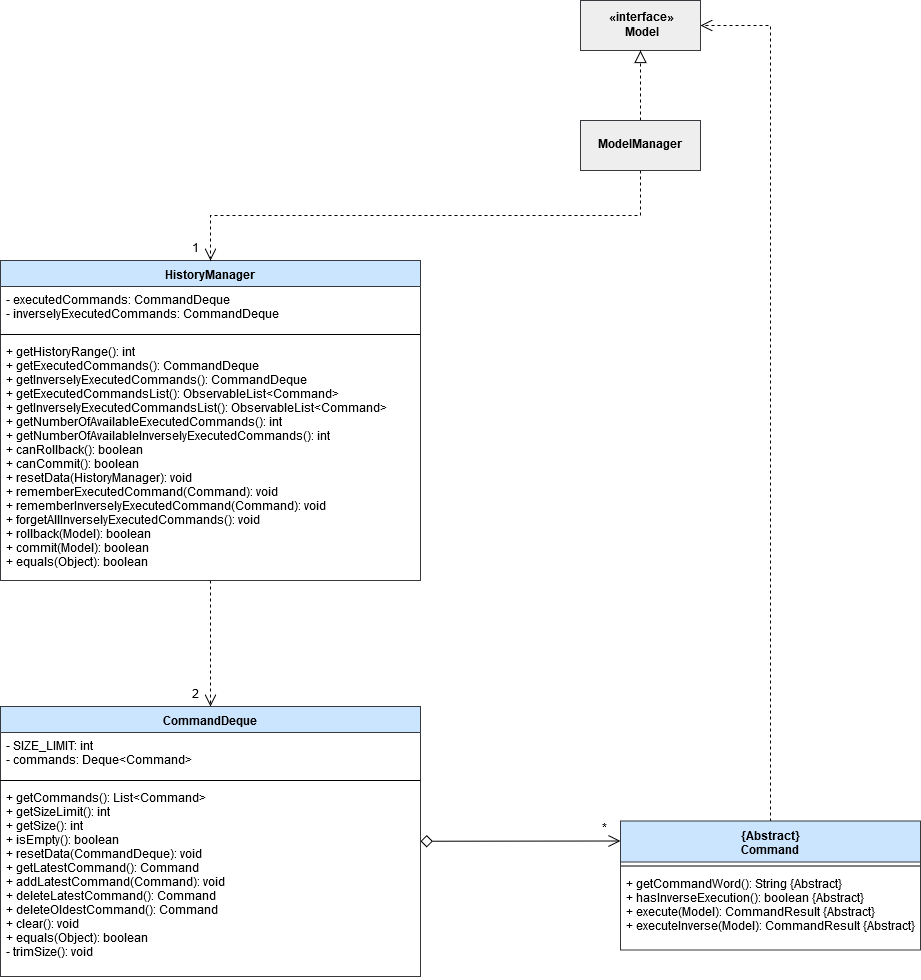
The draw.io diagram docs/images/HistoryManagerClassDiagram.png in nus-cs2103-AY1920S1/addressbook-level3, before a commit. Source tidied: cells renumbered, new cells last; positions are measured from the earlier drawing's top-left corner, leaving out a move shared by most shapes.
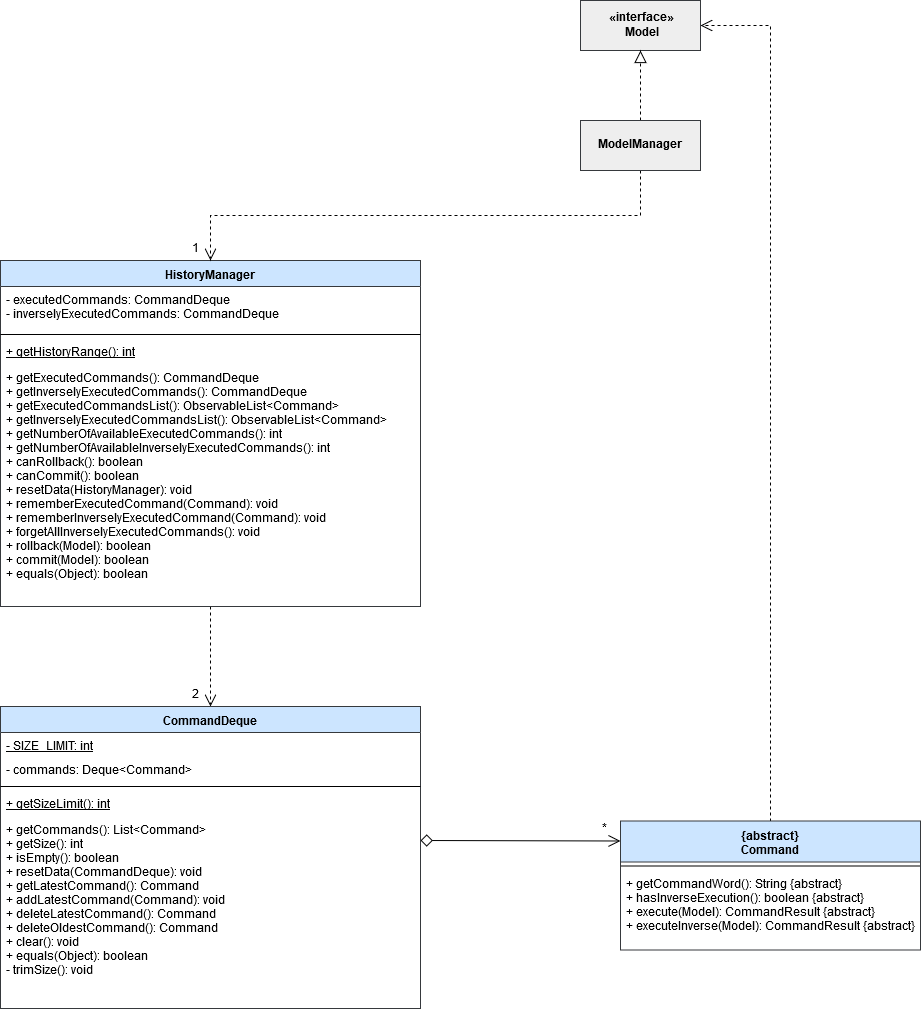
After the change.

Commit message:
Add class diagram for undo and redo command

Diff of the diagram source:
```diff
@@ -6,7 +6,7 @@
       <mxGeometry relative="1" as="geometry" />
     </mxCell>
     <mxCell id="3" value="HistoryManager" style="swimlane;fontStyle=1;align=center;verticalAlign=top;horizontal=1;startSize=26;fillColor=#cce5ff;strokeColor=#36393d;" parent="1" vertex="1">
-      <mxGeometry y="260" width="420" height="320" as="geometry" />
+      <mxGeometry y="260" width="420" height="346" as="geometry" />
     </mxCell>
     <mxCell id="4" value="- executedCommands: CommandDeque&#10;- inverselyExecutedCommands: CommandDeque&#10;" style="text;strokeColor=none;fillColor=none;align=left;verticalAlign=top;spacingLeft=4;spacingRight=4;overflow=hidden;" parent="3" vertex="1">
       <mxGeometry y="26" width="420" height="44" as="geometry" />
@@ -14,23 +14,34 @@
     <mxCell id="5" style="line;strokeWidth=1;fillColor=none;align=left;verticalAlign=middle;spacingTop=-1;spacingLeft=3;spacingRight=3;labelPosition=right;" parent="3" vertex="1">
       <mxGeometry y="70" width="420" height="8" as="geometry" />
     </mxCell>
+    <mxCell id="23" value="+ getHistoryRange(): int" style="text;strokeColor=none;fillColor=none;align=left;verticalAlign=top;spacingLeft=4;spacingRight=4;overflow=hidden;fontStyle=4;" parent="3" vertex="1">
+      <mxGeometry y="78" width="420" height="26" as="geometry" />
+    </mxCell>
-    <mxCell id="6" value="+ getHistoryRange(): int&#10;+ getExecutedCommands(): CommandDeque&#10;+ getInverselyExecutedCommands(): CommandDeque&#10;+ getExecutedCommandsList(): ObservableList&lt;Command&gt;&#10;+ getInverselyExecutedCommandsList(): ObservableList&lt;Command&gt;&#10;+ getNumberOfAvailableExecutedCommands(): int&#10;+ getNumberOfAvailableInverselyExecutedCommands(): int&#10;+ canRollback(): boolean&#10;+ canCommit(): boolean&#10;+ resetData(HistoryManager): void&#10;+ rememberExecutedCommand(Command): void&#10;+ rememberInverselyExecutedCommand(Command): void&#10;+ forgetAllInverselyExecutedCommands(): void&#10;+ rollback(Model): boolean&#10;+ commit(Model): boolean&#10;+ equals(Object): boolean&#10;" style="text;strokeColor=none;fillColor=none;align=left;verticalAlign=top;spacingLeft=4;spacingRight=4;overflow=hidden;" parent="3" vertex="1">
-      <mxGeometry y="78" width="420" height="242" as="geometry" />
+    <mxCell id="6" value="+ getExecutedCommands(): CommandDeque&#10;+ getInverselyExecutedCommands(): CommandDeque&#10;+ getExecutedCommandsList(): ObservableList&lt;Command&gt;&#10;+ getInverselyExecutedCommandsList(): ObservableList&lt;Command&gt;&#10;+ getNumberOfAvailableExecutedCommands(): int&#10;+ getNumberOfAvailableInverselyExecutedCommands(): int&#10;+ canRollback(): boolean&#10;+ canCommit(): boolean&#10;+ resetData(HistoryManager): void&#10;+ rememberExecutedCommand(Command): void&#10;+ rememberInverselyExecutedCommand(Command): void&#10;+ forgetAllInverselyExecutedCommands(): void&#10;+ rollback(Model): boolean&#10;+ commit(Model): boolean&#10;+ equals(Object): boolean&#10;" style="text;strokeColor=none;fillColor=none;align=left;verticalAlign=top;spacingLeft=4;spacingRight=4;overflow=hidden;" parent="3" vertex="1">
+      <mxGeometry y="104" width="420" height="242" as="geometry" />
     </mxCell>
-    <mxCell id="7" style="edgeStyle=none;rounded=0;jettySize=auto;html=1;startArrow=diamond;startFill=0;startSize=10;endArrow=open;endFill=0;endSize=10;entryX=0;entryY=0.155;entryDx=0;entryDy=0;entryPerimeter=0;" parent="1" edge="1" source="8" target="13">
-      <mxGeometry relative="1" as="geometry" />
+    <mxCell id="7" style="edgeStyle=none;rounded=0;jettySize=auto;html=1;startArrow=diamond;startFill=0;startSize=10;endArrow=open;endFill=0;endSize=10;entryX=0;entryY=0.155;entryDx=0;entryDy=0;entryPerimeter=0;" parent="1" edge="1" target="13">
+      <mxGeometry relative="1" as="geometry">
+        <mxPoint x="420" y="840" as="sourcePoint" />
+      </mxGeometry>
     </mxCell>
     <mxCell id="8" value="CommandDeque" style="swimlane;fontStyle=1;align=center;verticalAlign=top;horizontal=1;startSize=26;fillColor=#cce5ff;strokeColor=#36393d;" parent="1" vertex="1">
-      <mxGeometry y="706" width="420" height="270" as="geometry" />
+      <mxGeometry y="706" width="420" height="302" as="geometry" />
     </mxCell>
-    <mxCell id="9" value="- SIZE_LIMIT: int&#10;- commands: Deque&lt;Command&gt;&#10;" style="text;strokeColor=none;fillColor=none;align=left;verticalAlign=top;spacingLeft=4;spacingRight=4;overflow=hidden;" parent="8" vertex="1">
-      <mxGeometry y="26" width="420" height="44" as="geometry" />
+    <mxCell id="9" value="- SIZE_LIMIT: int" style="text;strokeColor=none;fillColor=none;align=left;verticalAlign=top;spacingLeft=4;spacingRight=4;overflow=hidden;fontStyle=4;" parent="8" vertex="1">
+      <mxGeometry y="26" width="420" height="24" as="geometry" />
     </mxCell>
+    <mxCell id="24" value="- commands: Deque&lt;Command&gt;" style="text;strokeColor=none;fillColor=none;align=left;verticalAlign=top;spacingLeft=4;spacingRight=4;overflow=hidden;" parent="8" vertex="1">
+      <mxGeometry y="50" width="420" height="26" as="geometry" />
+    </mxCell>
     <mxCell id="10" style="line;strokeWidth=1;fillColor=none;align=left;verticalAlign=middle;spacingTop=-1;spacingLeft=3;spacingRight=3;labelPosition=right;" parent="8" vertex="1">
-      <mxGeometry y="70" width="420" height="8" as="geometry" />
+      <mxGeometry y="76" width="420" height="8" as="geometry" />
     </mxCell>
+    <mxCell id="25" value="+ getSizeLimit(): int" style="text;strokeColor=none;fillColor=none;align=left;verticalAlign=top;spacingLeft=4;spacingRight=4;overflow=hidden;fontStyle=4;" parent="8" vertex="1">
+      <mxGeometry y="84" width="420" height="26" as="geometry" />
+    </mxCell>
-    <mxCell id="11" value="+ getCommands(): List&lt;Command&gt;&#10;+ getSizeLimit(): int&#10;+ getSize(): int&#10;+ isEmpty(): boolean&#10;+ resetData(CommandDeque): void&#10;+ getLatestCommand(): Command&#10;+ addLatestCommand(Command): void&#10;+ deleteLatestCommand(): Command&#10;+ deleteOldestCommand(): Command&#10;+ clear(): void&#10;+ equals(Object): boolean&#10;- trimSize(): void&#10;" style="text;strokeColor=none;fillColor=none;align=left;verticalAlign=top;spacingLeft=4;spacingRight=4;overflow=hidden;" parent="8" vertex="1">
-      <mxGeometry y="78" width="420" height="192" as="geometry" />
+    <mxCell id="11" value="+ getCommands(): List&lt;Command&gt;&#10;+ getSize(): int&#10;+ isEmpty(): boolean&#10;+ resetData(CommandDeque): void&#10;+ getLatestCommand(): Command&#10;+ addLatestCommand(Command): void&#10;+ deleteLatestCommand(): Command&#10;+ deleteOldestCommand(): Command&#10;+ clear(): void&#10;+ equals(Object): boolean&#10;- trimSize(): void&#10;" style="text;strokeColor=none;fillColor=none;align=left;verticalAlign=top;spacingLeft=4;spacingRight=4;overflow=hidden;" parent="8" vertex="1">
+      <mxGeometry y="110" width="420" height="192" as="geometry" />
     </mxCell>
     <mxCell id="12" style="edgeStyle=orthogonalEdgeStyle;rounded=0;jettySize=auto;html=1;startArrow=none;startFill=0;startSize=10;endArrow=open;endFill=0;endSize=10;dashed=1;entryX=1;entryY=0.5;entryDx=0;entryDy=0;exitX=0.5;exitY=0;exitDx=0;exitDy=0;" parent="1" edge="1" source="13" target="19">
       <mxGeometry relative="1" as="geometry">
@@ -39,13 +50,13 @@
         </Array>
       </mxGeometry>
     </mxCell>
-    <mxCell id="13" value="{Abstract}&#10;Command" style="swimlane;fontStyle=1;align=center;verticalAlign=top;horizontal=1;startSize=41;fillColor=#cce5ff;strokeColor=#36393d;" parent="1" vertex="1">
+    <mxCell id="13" value="{abstract}&#10;Command" style="swimlane;fontStyle=1;align=center;verticalAlign=top;horizontal=1;startSize=41;fillColor=#cce5ff;strokeColor=#36393d;" parent="1" vertex="1">
       <mxGeometry x="620" y="820.5" width="300" height="129" as="geometry" />
     </mxCell>
     <mxCell id="14" style="line;strokeWidth=1;fillColor=none;align=left;verticalAlign=middle;spacingTop=-1;spacingLeft=3;spacingRight=3;labelPosition=right;" parent="13" vertex="1">
       <mxGeometry y="41" width="300" height="8" as="geometry" />
     </mxCell>
-    <mxCell id="15" value="+ getCommandWord(): String {Abstract}&#10;+ hasInverseExecution(): boolean {Abstract}&#10;+ execute(Model): CommandResult {Abstract}&#10;+ executeInverse(Model): CommandResult {Abstract}&#10;" style="text;strokeColor=none;fillColor=none;align=left;verticalAlign=top;spacingLeft=4;spacingRight=4;overflow=hidden;" parent="13" vertex="1">
+    <mxCell id="15" value="+ getCommandWord(): String {abstract}&#10;+ hasInverseExecution(): boolean {abstract}&#10;+ execute(Model): CommandResult {abstract}&#10;+ executeInverse(Model): CommandResult {abstract}&#10;" style="text;strokeColor=none;fillColor=none;align=left;verticalAlign=top;spacingLeft=4;spacingRight=4;overflow=hidden;" parent="13" vertex="1">
       <mxGeometry y="49" width="300" height="80" as="geometry" />
     </mxCell>
     <mxCell id="16" value="*" style="text;html=1;align=left;verticalAlign=top;spacingTop=-4;" parent="1" vertex="1">
```
